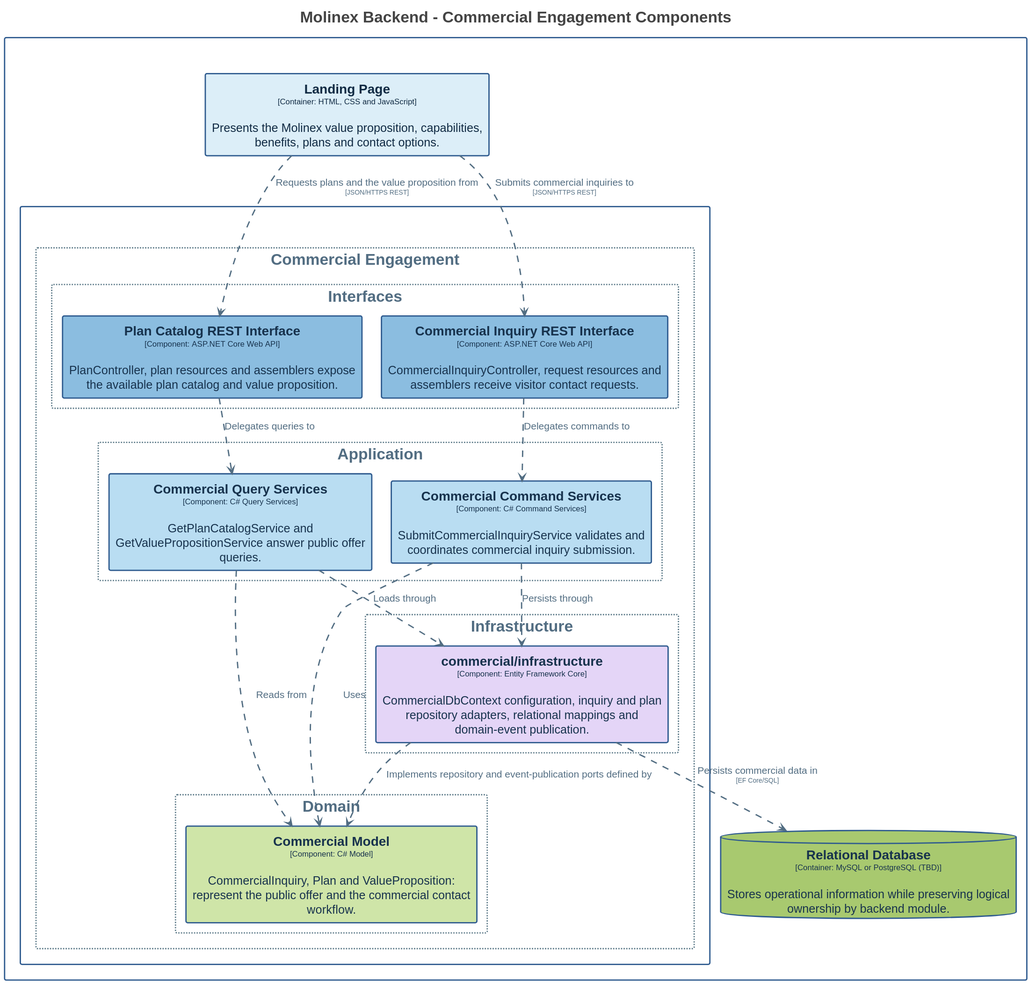
This is assets/Images Chapter 4/Domain-Driven Software Architecture/C4 Model/backend-commercial-engagement-component-diagram.svg from Vanguard-app-web/molinex-report-apweb, a PlantUML export, as it was before one commit. Its diagram source:
```plantuml
@startuml
title <size:24>Molinex Backend - Commercial Engagement Components</size>

set separator none
top to bottom direction
skinparam ranksep 60
skinparam nodesep 30
hide stereotype

<style>
  root {
    BackgroundColor: #ffffff;
    FontColor: #444444;
  }
  // Element,Component,Backend Application Layer
  .Element-RWxlbWVudCxDb21wb25lbnQsQmFja2VuZCBBcHBsaWNhdGlvbiBMYXllcg== {
    BackgroundColor: #b9ddf2;
    LineColor: #2f5b8f;
    LineStyle: 0;
    LineThickness: 2;
    FontColor: #17324d;
    FontSize: 18;
    HorizontalAlignment: center;
    Shadowing: 0;
    MaximumWidth: 450;
  }
  // Element,Component,Backend Domain
  .Element-RWxlbWVudCxDb21wb25lbnQsQmFja2VuZCBEb21haW4= {
    BackgroundColor: #cfe5a8;
    LineColor: #2f5b8f;
    LineStyle: 0;
    LineThickness: 2;
    FontColor: #17324d;
    FontSize: 18;
    HorizontalAlignment: center;
    Shadowing: 0;
    MaximumWidth: 450;
  }
  // Element,Component,Backend Infrastructure
  .Element-RWxlbWVudCxDb21wb25lbnQsQmFja2VuZCBJbmZyYXN0cnVjdHVyZQ== {
    BackgroundColor: #e4d5f7;
    LineColor: #2f5b8f;
    LineStyle: 0;
    LineThickness: 2;
    FontColor: #17324d;
    FontSize: 18;
    HorizontalAlignment: center;
    Shadowing: 0;
    MaximumWidth: 450;
  }
  // Element,Component,Backend Interfaces
  .Element-RWxlbWVudCxDb21wb25lbnQsQmFja2VuZCBJbnRlcmZhY2Vz {
    BackgroundColor: #8bbde0;
    LineColor: #2f5b8f;
    LineStyle: 0;
    LineThickness: 2;
    FontColor: #17324d;
    FontSize: 18;
    HorizontalAlignment: center;
    Shadowing: 0;
    MaximumWidth: 450;
  }
  // Element,Container,Database
  .Element-RWxlbWVudCxDb250YWluZXIsRGF0YWJhc2U= {
    BackgroundColor: #a8c96f;
    LineColor: #2f5b8f;
    LineStyle: 0;
    LineThickness: 2;
    FontColor: #17324d;
    FontSize: 18;
    HorizontalAlignment: center;
    Shadowing: 0;
    MaximumWidth: 450;
  }
  // Element,Container,Landing Page
  .Element-RWxlbWVudCxDb250YWluZXIsTGFuZGluZyBQYWdl {
    BackgroundColor: #dceef8;
    LineColor: #2f5b8f;
    LineStyle: 0;
    LineThickness: 2;
    FontColor: #102a43;
    FontSize: 18;
    HorizontalAlignment: center;
    Shadowing: 0;
    MaximumWidth: 450;
  }
  // Relationship
  .Relationship-UmVsYXRpb25zaGlw {
    LineThickness: 2;
    LineStyle: 10-10;
    LineColor: #526d82;
    FontColor: #526d82;
    FontSize: 15;
  }
  // Molinex Platform
  .Boundary-TW9saW5leCBQbGF0Zm9ybQ== {
    BackgroundColor: #ffffff;
    LineColor: #2f5b8f;
    LineStyle: 0;
    LineThickness: 2;
    FontColor: #ffffff;
    FontSize: 18;
    HorizontalAlignment: center;
    Shadowing: 0;
  }
  // RESTful API
  .Boundary-UkVTVGZ1bCBBUEk= {
    BackgroundColor: #ffffff;
    LineColor: #2f5b8f;
    LineStyle: 0;
    LineThickness: 2;
    FontColor: #ffffff;
    FontSize: 18;
    HorizontalAlignment: center;
    Shadowing: 0;
  }
  // Commercial Engagement
  .Group-Q29tbWVyY2lhbCBFbmdhZ2VtZW50 {
    BackgroundColor: #ffffff;
    LineColor: #607d8b;
    LineStyle: 2-2;
    LineThickness: 2;
    FontColor: #526d82;
    FontSize: 24;
    HorizontalAlignment: center;
    Shadowing: 0;
  }
  // Commercial Engagement/Application
  .Group-Q29tbWVyY2lhbCBFbmdhZ2VtZW50L0FwcGxpY2F0aW9u {
    BackgroundColor: #ffffff;
    LineColor: #607d8b;
    LineStyle: 2-2;
    LineThickness: 2;
    FontColor: #526d82;
    FontSize: 24;
    HorizontalAlignment: center;
    Shadowing: 0;
  }
  // Commercial Engagement/Domain
  .Group-Q29tbWVyY2lhbCBFbmdhZ2VtZW50L0RvbWFpbg== {
    BackgroundColor: #ffffff;
    LineColor: #607d8b;
    LineStyle: 2-2;
    LineThickness: 2;
    FontColor: #526d82;
    FontSize: 24;
    HorizontalAlignment: center;
    Shadowing: 0;
  }
  // Commercial Engagement/Infrastructure
  .Group-Q29tbWVyY2lhbCBFbmdhZ2VtZW50L0luZnJhc3RydWN0dXJl {
    BackgroundColor: #ffffff;
    LineColor: #607d8b;
    LineStyle: 2-2;
    LineThickness: 2;
    FontColor: #526d82;
    FontSize: 24;
    HorizontalAlignment: center;
    Shadowing: 0;
  }
  // Commercial Engagement/Interfaces
  .Group-Q29tbWVyY2lhbCBFbmdhZ2VtZW50L0ludGVyZmFjZXM= {
    BackgroundColor: #ffffff;
    LineColor: #607d8b;
    LineStyle: 2-2;
    LineThickness: 2;
    FontColor: #526d82;
    FontSize: 24;
    HorizontalAlignment: center;
    Shadowing: 0;
  }
</style>

rectangle "Molinex Platform\n<size:12>[Software System]</size>" <<Boundary-TW9saW5leCBQbGF0Zm9ybQ==>> {
  rectangle "RESTful API\n<size:12>[Container: C#, ASP.NET Core and Entity Framework Core]</size>" <<Boundary-UkVTVGZ1bCBBUEk=>> {
    rectangle "Commercial Engagement" <<Group-Q29tbWVyY2lhbCBFbmdhZ2VtZW50>> as groupQ29tbWVyY2lhbCBFbmdhZ2VtZW50 {
        rectangle "Application" <<Group-Q29tbWVyY2lhbCBFbmdhZ2VtZW50L0FwcGxpY2F0aW9u>> as groupQ29tbWVyY2lhbCBFbmdhZ2VtZW50L0FwcGxpY2F0aW9u {
          rectangle "==Commercial Command Services\n<size:12>[Component: C# Command Services]</size>\n\nSubmitCommercialInquiryService validates and coordinates commercial inquiry submission." <<Element-RWxlbWVudCxDb21wb25lbnQsQmFja2VuZCBBcHBsaWNhdGlvbiBMYXllcg==>> as MolinexPlatform.RESTfulAPI.CommercialCommandServices
          rectangle "==Commercial Query Services\n<size:12>[Component: C# Query Services]</size>\n\nGetPlanCatalogService and GetValuePropositionService answer public offer queries." <<Element-RWxlbWVudCxDb21wb25lbnQsQmFja2VuZCBBcHBsaWNhdGlvbiBMYXllcg==>> as MolinexPlatform.RESTfulAPI.CommercialQueryServices
        }

        rectangle "Domain" <<Group-Q29tbWVyY2lhbCBFbmdhZ2VtZW50L0RvbWFpbg==>> as groupQ29tbWVyY2lhbCBFbmdhZ2VtZW50L0RvbWFpbg== {
          rectangle "==Commercial Model\n<size:12>[Component: C# Model]</size>\n\nCommercialInquiry, Plan and ValueProposition: represent the public offer and the commercial contact workflow." <<Element-RWxlbWVudCxDb21wb25lbnQsQmFja2VuZCBEb21haW4=>> as MolinexPlatform.RESTfulAPI.CommercialModel
        }

        rectangle "Infrastructure" <<Group-Q29tbWVyY2lhbCBFbmdhZ2VtZW50L0luZnJhc3RydWN0dXJl>> as groupQ29tbWVyY2lhbCBFbmdhZ2VtZW50L0luZnJhc3RydWN0dXJl {
          rectangle "==commercial/infrastructure\n<size:12>[Component: Entity Framework Core]</size>\n\nCommercialDbContext configuration, inquiry and plan repository adapters, relational mappings and domain-event publication." <<Element-RWxlbWVudCxDb21wb25lbnQsQmFja2VuZCBJbmZyYXN0cnVjdHVyZQ==>> as MolinexPlatform.RESTfulAPI.commercialinfrastructure
        }

        rectangle "Interfaces" <<Group-Q29tbWVyY2lhbCBFbmdhZ2VtZW50L0ludGVyZmFjZXM=>> as groupQ29tbWVyY2lhbCBFbmdhZ2VtZW50L0ludGVyZmFjZXM= {
          rectangle "==Plan Catalog REST Interface\n<size:12>[Component: ASP.NET Core Web API]</size>\n\nPlanController, plan resources and assemblers expose the available plan catalog and value proposition." <<Element-RWxlbWVudCxDb21wb25lbnQsQmFja2VuZCBJbnRlcmZhY2Vz>> as MolinexPlatform.RESTfulAPI.PlanCatalogRESTInterface
          rectangle "==Commercial Inquiry REST Interface\n<size:12>[Component: ASP.NET Core Web API]</size>\n\nCommercialInquiryController, request resources and assemblers receive visitor contact requests." <<Element-RWxlbWVudCxDb21wb25lbnQsQmFja2VuZCBJbnRlcmZhY2Vz>> as MolinexPlatform.RESTfulAPI.CommercialInquiryRESTInterface
        }

    }

  }

  database "==Relational Database\n<size:12>[Container: MySQL or PostgreSQL (TBD)]</size>\n\nStores operational information while preserving logical ownership by backend module." <<Element-RWxlbWVudCxDb250YWluZXIsRGF0YWJhc2U=>> as MolinexPlatform.RelationalDatabase
  rectangle "==Landing Page\n<size:12>[Container: HTML, CSS and JavaScript]</size>\n\nPresents the Molinex value proposition, capabilities, benefits, plans and contact options." <<Element-RWxlbWVudCxDb250YWluZXIsTGFuZGluZyBQYWdl>> as MolinexPlatform.LandingPage
}

MolinexPlatform.LandingPage --> MolinexPlatform.RESTfulAPI.PlanCatalogRESTInterface <<Relationship-UmVsYXRpb25zaGlw>> : "Requests plans and the value proposition from\n<size:10>[JSON/HTTPS REST]</size>"
MolinexPlatform.LandingPage --> MolinexPlatform.RESTfulAPI.CommercialInquiryRESTInterface <<Relationship-UmVsYXRpb25zaGlw>> : "Submits commercial inquiries to\n<size:10>[JSON/HTTPS REST]</size>"
MolinexPlatform.RESTfulAPI.PlanCatalogRESTInterface --> MolinexPlatform.RESTfulAPI.CommercialQueryServices <<Relationship-UmVsYXRpb25zaGlw>> : "Delegates queries to"
MolinexPlatform.RESTfulAPI.CommercialInquiryRESTInterface --> MolinexPlatform.RESTfulAPI.CommercialCommandServices <<Relationship-UmVsYXRpb25zaGlw>> : "Delegates commands to"
MolinexPlatform.RESTfulAPI.CommercialCommandServices --> MolinexPlatform.RESTfulAPI.CommercialModel <<Relationship-UmVsYXRpb25zaGlw>> : "Uses"
MolinexPlatform.RESTfulAPI.CommercialQueryServices --> MolinexPlatform.RESTfulAPI.CommercialModel <<Relationship-UmVsYXRpb25zaGlw>> : "Reads from"
MolinexPlatform.RESTfulAPI.CommercialCommandServices --> MolinexPlatform.RESTfulAPI.commercialinfrastructure <<Relationship-UmVsYXRpb25zaGlw>> : "Persists through"
MolinexPlatform.RESTfulAPI.CommercialQueryServices --> MolinexPlatform.RESTfulAPI.commercialinfrastructure <<Relationship-UmVsYXRpb25zaGlw>> : "Loads through"
MolinexPlatform.RESTfulAPI.commercialinfrastructure --> MolinexPlatform.RESTfulAPI.CommercialModel <<Relationship-UmVsYXRpb25zaGlw>> : "Implements repository and event-publication ports defined by"
MolinexPlatform.RESTfulAPI.commercialinfrastructure --> MolinexPlatform.RelationalDatabase <<Relationship-UmVsYXRpb25zaGlw>> : "Persists commercial data in\n<size:10>[EF Core/SQL]</size>"
@enduml
```
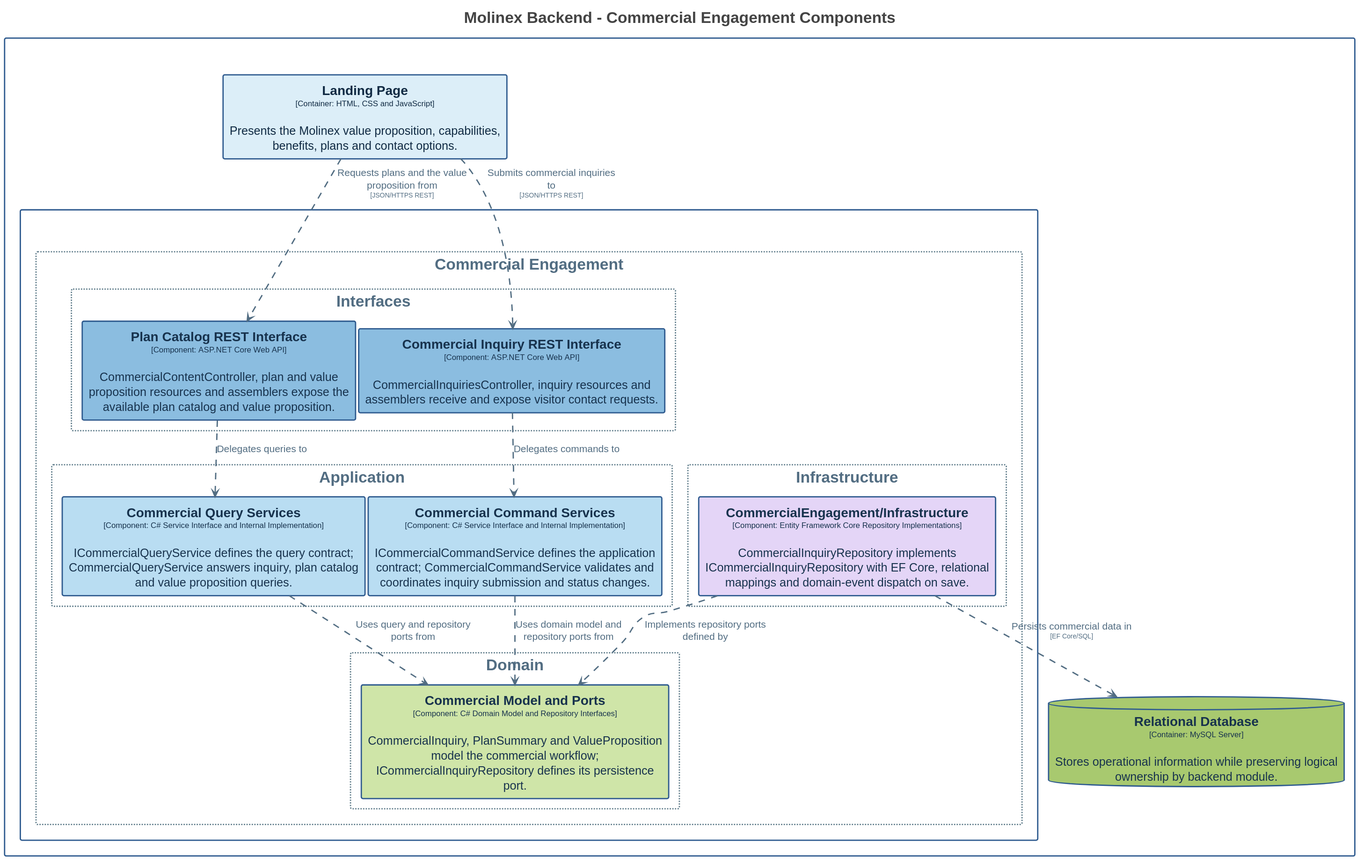
Above is the later version.

Diff of the diagram source:
```diff
@@ -3,8 +3,8 @@
 
 set separator none
 top to bottom direction
-skinparam ranksep 60
-skinparam nodesep 30
+skinparam ranksep 20
+skinparam nodesep 5
 hide stereotype
 
 <style>
@@ -91,6 +91,7 @@
     LineColor: #526d82;
     FontColor: #526d82;
     FontSize: 15;
+    MaximumWidth: 200;
   }
   // Molinex Platform
   .Boundary-TW9saW5leCBQbGF0Zm9ybQ== {
@@ -173,30 +174,30 @@
 
 rectangle "Molinex Platform\n<size:12>[Software System]</size>" <<Boundary-TW9saW5leCBQbGF0Zm9ybQ==>> {
   rectangle "RESTful API\n<size:12>[Container: C#, ASP.NET Core and Entity Framework Core]</size>" <<Boundary-UkVTVGZ1bCBBUEk=>> {
-    rectangle "Commercial Engagement" <<Group-Q29tbWVyY2lhbCBFbmdhZ2VtZW50>> as groupQ29tbWVyY2lhbCBFbmdhZ2VtZW50 {
-        rectangle "Application" <<Group-Q29tbWVyY2lhbCBFbmdhZ2VtZW50L0FwcGxpY2F0aW9u>> as groupQ29tbWVyY2lhbCBFbmdhZ2VtZW50L0FwcGxpY2F0aW9u {
-          rectangle "==Commercial Command Services\n<size:12>[Component: C# Command Services]</size>\n\nSubmitCommercialInquiryService validates and coordinates commercial inquiry submission." <<Element-RWxlbWVudCxDb21wb25lbnQsQmFja2VuZCBBcHBsaWNhdGlvbiBMYXllcg==>> as MolinexPlatform.RESTfulAPI.CommercialCommandServices
-          rectangle "==Commercial Query Services\n<size:12>[Component: C# Query Services]</size>\n\nGetPlanCatalogService and GetValuePropositionService answer public offer queries." <<Element-RWxlbWVudCxDb21wb25lbnQsQmFja2VuZCBBcHBsaWNhdGlvbiBMYXllcg==>> as MolinexPlatform.RESTfulAPI.CommercialQueryServices
+    rectangle "Commercial Engagement" <<Group-Q29tbWVyY2lhbCBFbmdhZ2VtZW50>> as group43 {
+        rectangle "Application" <<Group-Q29tbWVyY2lhbCBFbmdhZ2VtZW50L0FwcGxpY2F0aW9u>> as group44 {
+          rectangle "==Commercial Command Services\n<size:12>[Component: C# Service Interface and Internal Implementation]</size>\n\nICommercialCommandService defines the application contract; CommercialCommandService validates and coordinates inquiry submission and status changes." <<Element-RWxlbWVudCxDb21wb25lbnQsQmFja2VuZCBBcHBsaWNhdGlvbiBMYXllcg==>> as MolinexPlatform.RESTfulAPI.CommercialCommandServices
+          rectangle "==Commercial Query Services\n<size:12>[Component: C# Service Interface and Internal Implementation]</size>\n\nICommercialQueryService defines the query contract; CommercialQueryService answers inquiry, plan catalog and value proposition queries." <<Element-RWxlbWVudCxDb21wb25lbnQsQmFja2VuZCBBcHBsaWNhdGlvbiBMYXllcg==>> as MolinexPlatform.RESTfulAPI.CommercialQueryServices
         }
 
-        rectangle "Domain" <<Group-Q29tbWVyY2lhbCBFbmdhZ2VtZW50L0RvbWFpbg==>> as groupQ29tbWVyY2lhbCBFbmdhZ2VtZW50L0RvbWFpbg== {
-          rectangle "==Commercial Model\n<size:12>[Component: C# Model]</size>\n\nCommercialInquiry, Plan and ValueProposition: represent the public offer and the commercial contact workflow." <<Element-RWxlbWVudCxDb21wb25lbnQsQmFja2VuZCBEb21haW4=>> as MolinexPlatform.RESTfulAPI.CommercialModel
+        rectangle "Domain" <<Group-Q29tbWVyY2lhbCBFbmdhZ2VtZW50L0RvbWFpbg==>> as group45 {
+          rectangle "==Commercial Model and Ports\n<size:12>[Component: C# Domain Model and Repository Interfaces]</size>\n\nCommercialInquiry, PlanSummary and ValueProposition model the commercial workflow; ICommercialInquiryRepository defines its persistence port." <<Element-RWxlbWVudCxDb21wb25lbnQsQmFja2VuZCBEb21haW4=>> as MolinexPlatform.RESTfulAPI.CommercialModelandPorts
         }
 
-        rectangle "Infrastructure" <<Group-Q29tbWVyY2lhbCBFbmdhZ2VtZW50L0luZnJhc3RydWN0dXJl>> as groupQ29tbWVyY2lhbCBFbmdhZ2VtZW50L0luZnJhc3RydWN0dXJl {
-          rectangle "==commercial/infrastructure\n<size:12>[Component: Entity Framework Core]</size>\n\nCommercialDbContext configuration, inquiry and plan repository adapters, relational mappings and domain-event publication." <<Element-RWxlbWVudCxDb21wb25lbnQsQmFja2VuZCBJbmZyYXN0cnVjdHVyZQ==>> as MolinexPlatform.RESTfulAPI.commercialinfrastructure
+        rectangle "Infrastructure" <<Group-Q29tbWVyY2lhbCBFbmdhZ2VtZW50L0luZnJhc3RydWN0dXJl>> as group46 {
+          rectangle "==CommercialEngagement/Infrastructure\n<size:12>[Component: Entity Framework Core Repository Implementations]</size>\n\nCommercialInquiryRepository implements ICommercialInquiryRepository with EF Core, relational mappings and domain-event dispatch on save." <<Element-RWxlbWVudCxDb21wb25lbnQsQmFja2VuZCBJbmZyYXN0cnVjdHVyZQ==>> as MolinexPlatform.RESTfulAPI.CommercialEngagementInfrastructure
         }
 
-        rectangle "Interfaces" <<Group-Q29tbWVyY2lhbCBFbmdhZ2VtZW50L0ludGVyZmFjZXM=>> as groupQ29tbWVyY2lhbCBFbmdhZ2VtZW50L0ludGVyZmFjZXM= {
-          rectangle "==Plan Catalog REST Interface\n<size:12>[Component: ASP.NET Core Web API]</size>\n\nPlanController, plan resources and assemblers expose the available plan catalog and value proposition." <<Element-RWxlbWVudCxDb21wb25lbnQsQmFja2VuZCBJbnRlcmZhY2Vz>> as MolinexPlatform.RESTfulAPI.PlanCatalogRESTInterface
-          rectangle "==Commercial Inquiry REST Interface\n<size:12>[Component: ASP.NET Core Web API]</size>\n\nCommercialInquiryController, request resources and assemblers receive visitor contact requests." <<Element-RWxlbWVudCxDb21wb25lbnQsQmFja2VuZCBJbnRlcmZhY2Vz>> as MolinexPlatform.RESTfulAPI.CommercialInquiryRESTInterface
+        rectangle "Interfaces" <<Group-Q29tbWVyY2lhbCBFbmdhZ2VtZW50L0ludGVyZmFjZXM=>> as group47 {
+          rectangle "==Plan Catalog REST Interface\n<size:12>[Component: ASP.NET Core Web API]</size>\n\nCommercialContentController, plan and value proposition resources and assemblers expose the available plan catalog and value proposition." <<Element-RWxlbWVudCxDb21wb25lbnQsQmFja2VuZCBJbnRlcmZhY2Vz>> as MolinexPlatform.RESTfulAPI.PlanCatalogRESTInterface
+          rectangle "==Commercial Inquiry REST Interface\n<size:12>[Component: ASP.NET Core Web API]</size>\n\nCommercialInquiriesController, inquiry resources and assemblers receive and expose visitor contact requests." <<Element-RWxlbWVudCxDb21wb25lbnQsQmFja2VuZCBJbnRlcmZhY2Vz>> as MolinexPlatform.RESTfulAPI.CommercialInquiryRESTInterface
         }
 
     }
 
   }
 
-  database "==Relational Database\n<size:12>[Container: MySQL or PostgreSQL (TBD)]</size>\n\nStores operational information while preserving logical ownership by backend module." <<Element-RWxlbWVudCxDb250YWluZXIsRGF0YWJhc2U=>> as MolinexPlatform.RelationalDatabase
+  database "==Relational Database\n<size:12>[Container: MySQL Server]</size>\n\nStores operational information while preserving logical ownership by backend module." <<Element-RWxlbWVudCxDb250YWluZXIsRGF0YWJhc2U=>> as MolinexPlatform.RelationalDatabase
   rectangle "==Landing Page\n<size:12>[Container: HTML, CSS and JavaScript]</size>\n\nPresents the Molinex value proposition, capabilities, benefits, plans and contact options." <<Element-RWxlbWVudCxDb250YWluZXIsTGFuZGluZyBQYWdl>> as MolinexPlatform.LandingPage
 }
 
@@ -204,10 +205,8 @@
 MolinexPlatform.LandingPage --> MolinexPlatform.RESTfulAPI.CommercialInquiryRESTInterface <<Relationship-UmVsYXRpb25zaGlw>> : "Submits commercial inquiries to\n<size:10>[JSON/HTTPS REST]</size>"
 MolinexPlatform.RESTfulAPI.PlanCatalogRESTInterface --> MolinexPlatform.RESTfulAPI.CommercialQueryServices <<Relationship-UmVsYXRpb25zaGlw>> : "Delegates queries to"
 MolinexPlatform.RESTfulAPI.CommercialInquiryRESTInterface --> MolinexPlatform.RESTfulAPI.CommercialCommandServices <<Relationship-UmVsYXRpb25zaGlw>> : "Delegates commands to"
-MolinexPlatform.RESTfulAPI.CommercialCommandServices --> MolinexPlatform.RESTfulAPI.CommercialModel <<Relationship-UmVsYXRpb25zaGlw>> : "Uses"
-MolinexPlatform.RESTfulAPI.CommercialQueryServices --> MolinexPlatform.RESTfulAPI.CommercialModel <<Relationship-UmVsYXRpb25zaGlw>> : "Reads from"
-MolinexPlatform.RESTfulAPI.CommercialCommandServices --> MolinexPlatform.RESTfulAPI.commercialinfrastructure <<Relationship-UmVsYXRpb25zaGlw>> : "Persists through"
-MolinexPlatform.RESTfulAPI.CommercialQueryServices --> MolinexPlatform.RESTfulAPI.commercialinfrastructure <<Relationship-UmVsYXRpb25zaGlw>> : "Loads through"
-MolinexPlatform.RESTfulAPI.commercialinfrastructure --> MolinexPlatform.RESTfulAPI.CommercialModel <<Relationship-UmVsYXRpb25zaGlw>> : "Implements repository and event-publication ports defined by"
-MolinexPlatform.RESTfulAPI.commercialinfrastructure --> MolinexPlatform.RelationalDatabase <<Relationship-UmVsYXRpb25zaGlw>> : "Persists commercial data in\n<size:10>[EF Core/SQL]</size>"
+MolinexPlatform.RESTfulAPI.CommercialCommandServices --> MolinexPlatform.RESTfulAPI.CommercialModelandPorts <<Relationship-UmVsYXRpb25zaGlw>> : "Uses domain model and repository ports from"
+MolinexPlatform.RESTfulAPI.CommercialQueryServices --> MolinexPlatform.RESTfulAPI.CommercialModelandPorts <<Relationship-UmVsYXRpb25zaGlw>> : "Uses query and repository ports from"
+MolinexPlatform.RESTfulAPI.CommercialEngagementInfrastructure --> MolinexPlatform.RESTfulAPI.CommercialModelandPorts <<Relationship-UmVsYXRpb25zaGlw>> : "Implements repository ports defined by"
+MolinexPlatform.RESTfulAPI.CommercialEngagementInfrastructure --> MolinexPlatform.RelationalDatabase <<Relationship-UmVsYXRpb25zaGlw>> : "Persists commercial data in\n<size:10>[EF Core/SQL]</size>"
 @enduml
```
